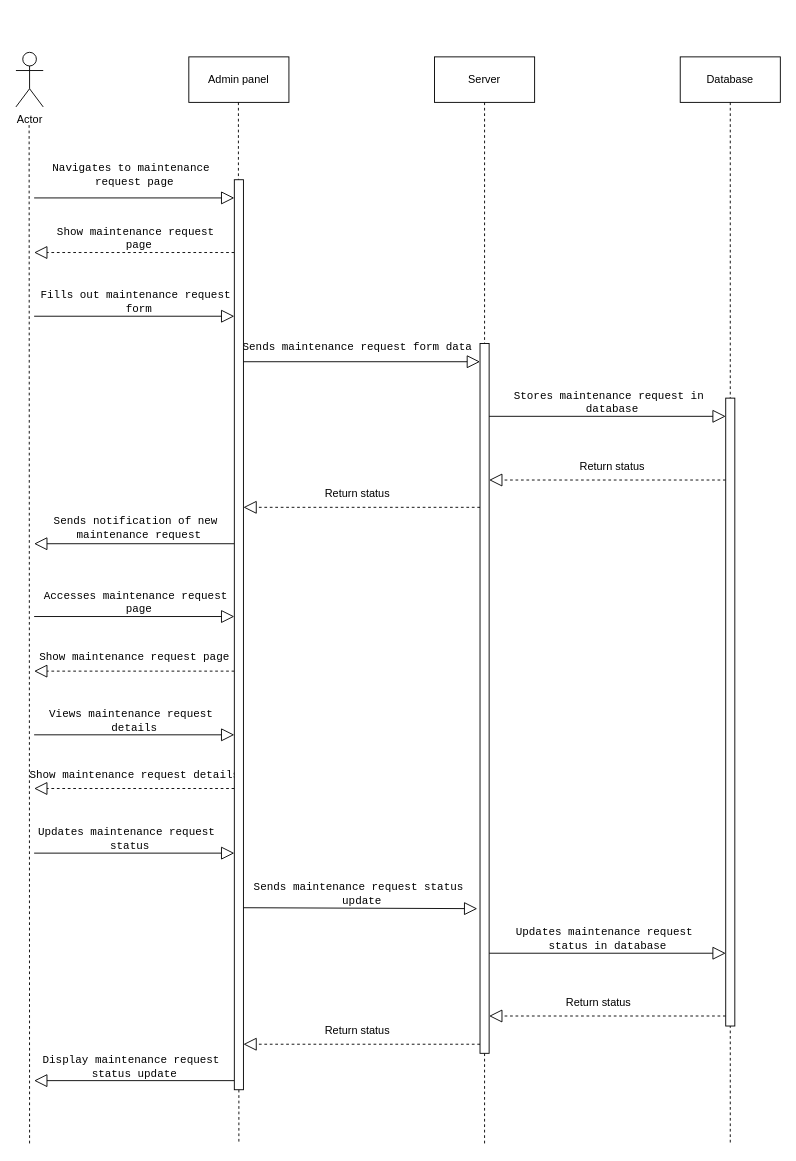
CodeSithum/sequencediagram keeps this draw.io diagram as maintenence Diagram.drawio. Above is the earlier version. Source tidied: cells renumbered, new cells numbered last; positions are measured from the earlier drawing's top-left corner, leaving out a move shared by most shapes. Both pictures are drawn from the tidied source at 91%, with x=0, y=0 at pixel (15, 52).
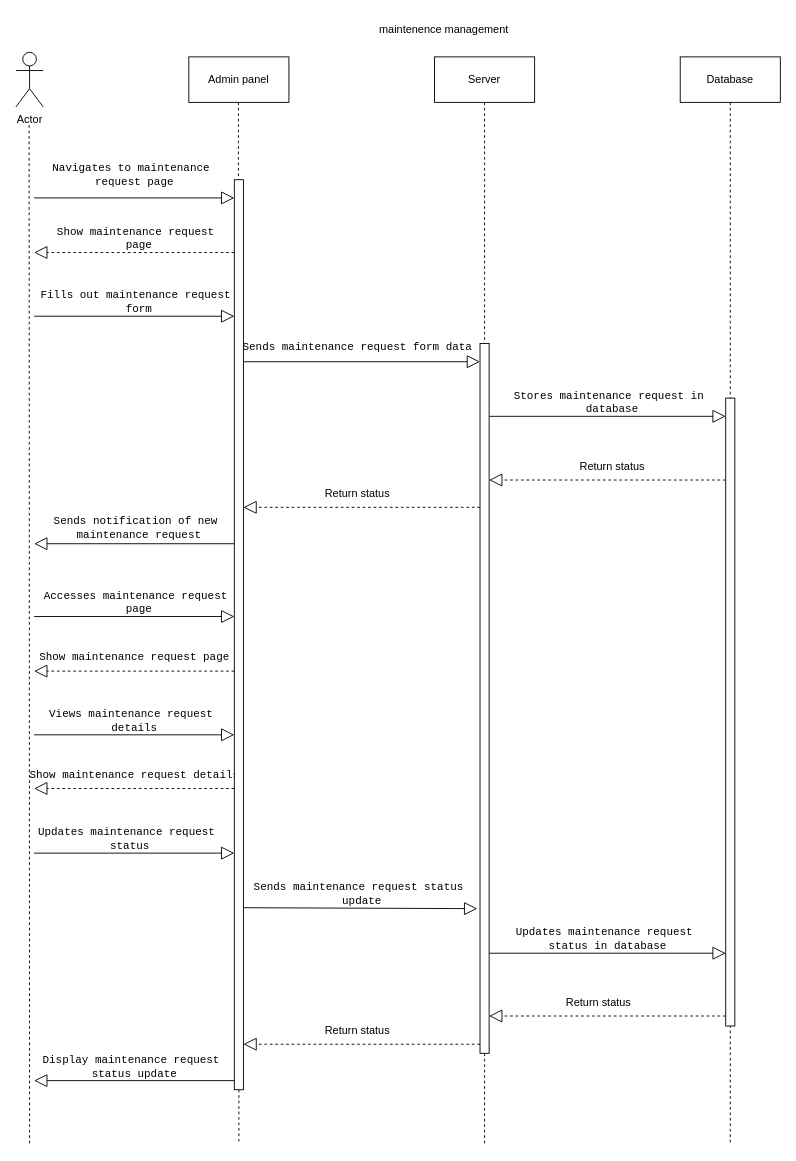
After the change.

Diff of the diagram source:
```diff
@@
+    <mxCell id="52" value="maintenence management" style="text;html=1;align=center;verticalAlign=middle;strokeColor=none;fillColor=none;" parent="1" vertex="1">
+      <mxGeometry x="385" y="-40" width="170" height="30" as="geometry" />
+    </mxCell>
```
